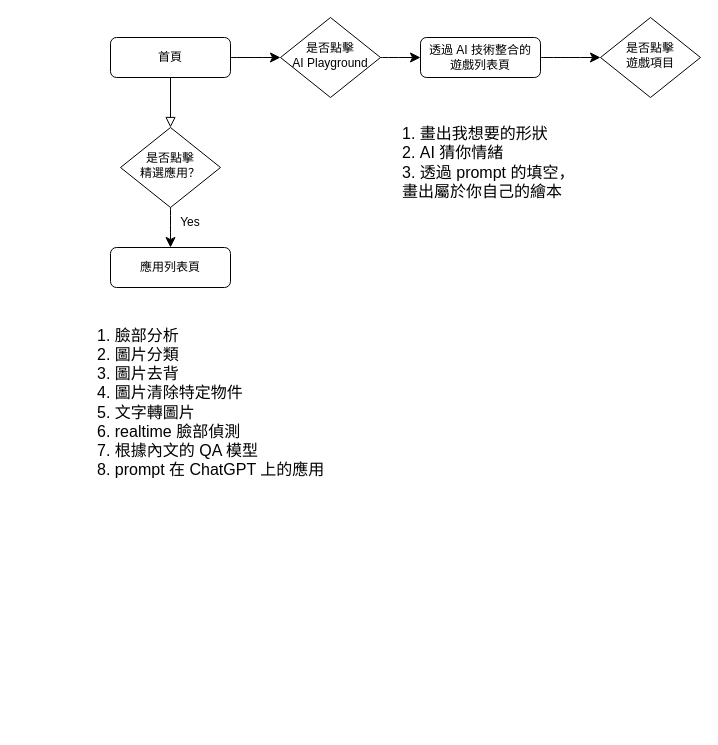
This is user-flow.drawio from EricTsai83/drawio, a draw.io file, before an edit. Source tidied: cells renumbered, new cells numbered last; positions are measured from the earlier drawing's top-left corner, leaving out a move shared by most shapes. Both pictures are drawn from the tidied source at 100%, with x=0, y=0 at pixel (95, 17).
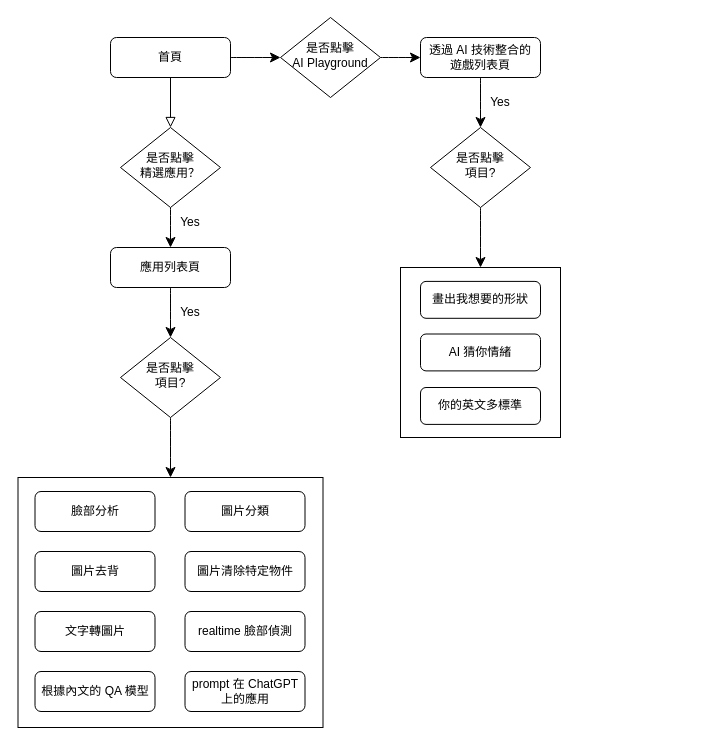
Above is the later version.

The change refers to these unchanged cells:
```xml
<mxCell id="7" value="應用列表頁" style="rounded=1;whiteSpace=wrap;html=1;fontSize=12;glass=0;strokeWidth=1;shadow=0;" parent="1" vertex="1">
  <mxGeometry x="15" y="230" width="120" height="40" as="geometry" />
</mxCell>
<mxCell id="12" value="透過 AI 技術整合的&lt;br&gt;遊戲列表頁" style="rounded=1;whiteSpace=wrap;html=1;fontSize=12;glass=0;strokeWidth=1;shadow=0;" parent="1" vertex="1">
  <mxGeometry x="325" y="20" width="120" height="40" as="geometry" />
</mxCell>
```

The edit, as a diff of the source:
```diff
@@
+    <mxCell id="16" style="edgeStyle=none;curved=1;rounded=0;jettySize=auto;html=1;fontSize=12;startSize=8;endSize=8;" parent="1" edge="1" source="7" target="19">
+      <mxGeometry relative="1" as="geometry" />
+    </mxCell>
@@
-    <mxCell id="11" style="edgeStyle=none;curved=1;rounded=0;jettySize=auto;html=1;fontSize=12;startSize=8;endSize=8;" parent="1" edge="1" source="12" target="13">
-      <mxGeometry relative="1" as="geometry" />
-    </mxCell>
+    <mxCell id="17" style="edgeStyle=none;curved=1;rounded=0;jettySize=auto;html=1;fontSize=12;startSize=8;endSize=8;" parent="1" edge="1" source="12" target="22">
+      <mxGeometry relative="1" as="geometry" />
+    </mxCell>
@@
-    <mxCell id="13" value="是否點擊&lt;br&gt;遊戲項目" style="rhombus;whiteSpace=wrap;html=1;shadow=0;fontFamily=Helvetica;fontSize=12;align=center;strokeWidth=1;spacing=6;spacingTop=-4;" parent="1" vertex="1">
-      <mxGeometry x="505" width="100" height="80" as="geometry" />
-    </mxCell>
-    <mxCell id="14" value="1. 臉部分析&lt;br&gt;2. 圖片分類&lt;br&gt;3. 圖片去背&lt;br&gt;4. 圖片清除特定物件&lt;br&gt;5. 文字轉圖片&lt;br&gt;6. realtime 臉部偵測&lt;br&gt;7. 根據內文的 QA 模型&lt;br&gt;8. prompt 在 ChatGPT 上的應用" style="text;strokeColor=none;fillColor=none;html=1;align=left;verticalAlign=middle;whiteSpace=wrap;rounded=0;fontSize=16;" parent="1" vertex="1">
-      <mxGeometry y="280" width="235" height="210" as="geometry" />
-    </mxCell>
-    <mxCell id="15" value="1. 畫出我想要的形狀&lt;br&gt;2. AI 猜你情緒&lt;br&gt;3. 透過 prompt 的填空，畫出屬於你自己的繪本" style="text;strokeColor=none;fillColor=none;html=1;align=left;verticalAlign=middle;whiteSpace=wrap;rounded=0;fontSize=16;" parent="1" vertex="1">
-      <mxGeometry x="305" y="70" width="190" height="150" as="geometry" />
-    </mxCell>
+    <mxCell id="18" style="edgeStyle=none;curved=1;rounded=0;jettySize=auto;html=1;fontSize=12;startSize=8;endSize=8;entryX=0.5;entryY=0;entryDx=0;entryDy=0;" parent="1" edge="1" source="19" target="25">
+      <mxGeometry relative="1" as="geometry" />
+    </mxCell>
+    <mxCell id="19" value="是否點擊&lt;br&gt;項目?" style="rhombus;whiteSpace=wrap;html=1;shadow=0;fontFamily=Helvetica;fontSize=12;align=center;strokeWidth=1;spacing=6;spacingTop=-4;" parent="1" vertex="1">
+      <mxGeometry x="25" y="320" width="100" height="80" as="geometry" />
+    </mxCell>
+    <mxCell id="20" value="Yes" style="text;html=1;strokeColor=none;fillColor=none;align=center;verticalAlign=middle;whiteSpace=wrap;rounded=0;" parent="1" vertex="1">
+      <mxGeometry x="65" y="280" width="60" height="30" as="geometry" />
+    </mxCell>
+    <mxCell id="21" style="edgeStyle=none;curved=1;rounded=0;jettySize=auto;html=1;fontSize=12;startSize=8;endSize=8;" parent="1" edge="1" source="22" target="35">
+      <mxGeometry relative="1" as="geometry" />
+    </mxCell>
+    <mxCell id="22" value="是否點擊&lt;br&gt;項目?" style="rhombus;whiteSpace=wrap;html=1;shadow=0;fontFamily=Helvetica;fontSize=12;align=center;strokeWidth=1;spacing=6;spacingTop=-4;" parent="1" vertex="1">
+      <mxGeometry x="335" y="110" width="100" height="80" as="geometry" />
+    </mxCell>
+    <mxCell id="23" value="Yes" style="text;html=1;strokeColor=none;fillColor=none;align=center;verticalAlign=middle;whiteSpace=wrap;rounded=0;" parent="1" vertex="1">
+      <mxGeometry x="375" y="70" width="60" height="30" as="geometry" />
+    </mxCell>
+    <mxCell id="24" style="group;" parent="1" vertex="1">
+      <mxGeometry x="-77.5" y="460" width="305" height="250" as="geometry" />
+    </mxCell>
+    <mxCell id="25" style="rounded=0;whiteSpace=wrap;html=1;fontSize=16;fillColor=none;" parent="24" vertex="1">
+      <mxGeometry width="305" height="250" as="geometry" />
+    </mxCell>
+    <mxCell id="26" value="臉部分析" style="rounded=1;whiteSpace=wrap;html=1;fontSize=12;glass=0;strokeWidth=1;shadow=0;" parent="24" vertex="1">
+      <mxGeometry x="17" y="14" width="120" height="40" as="geometry" />
+    </mxCell>
+    <mxCell id="27" value="圖片分類" style="rounded=1;whiteSpace=wrap;html=1;fontSize=12;glass=0;strokeWidth=1;shadow=0;" parent="24" vertex="1">
+      <mxGeometry x="167" y="14" width="120" height="40" as="geometry" />
+    </mxCell>
+    <mxCell id="28" value="圖片去背" style="rounded=1;whiteSpace=wrap;html=1;fontSize=12;glass=0;strokeWidth=1;shadow=0;" parent="24" vertex="1">
+      <mxGeometry x="17" y="74" width="120" height="40" as="geometry" />
+    </mxCell>
+    <mxCell id="29" value="圖片清除特定物件" style="rounded=1;whiteSpace=wrap;html=1;fontSize=12;glass=0;strokeWidth=1;shadow=0;" parent="24" vertex="1">
+      <mxGeometry x="167" y="74" width="120" height="40" as="geometry" />
+    </mxCell>
+    <mxCell id="30" value="文字轉圖片" style="rounded=1;whiteSpace=wrap;html=1;fontSize=12;glass=0;strokeWidth=1;shadow=0;" parent="24" vertex="1">
+      <mxGeometry x="17" y="134" width="120" height="40" as="geometry" />
+    </mxCell>
+    <mxCell id="31" value="realtime 臉部偵測" style="rounded=1;whiteSpace=wrap;html=1;fontSize=12;glass=0;strokeWidth=1;shadow=0;" parent="24" vertex="1">
+      <mxGeometry x="167" y="134" width="120" height="40" as="geometry" />
+    </mxCell>
+    <mxCell id="32" value="根據內文的 QA 模型" style="rounded=1;whiteSpace=wrap;html=1;fontSize=12;glass=0;strokeWidth=1;shadow=0;" parent="24" vertex="1">
+      <mxGeometry x="17" y="194" width="120" height="40" as="geometry" />
+    </mxCell>
+    <mxCell id="33" value="prompt 在 ChatGPT 上的應用" style="rounded=1;whiteSpace=wrap;html=1;fontSize=12;glass=0;strokeWidth=1;shadow=0;" parent="24" vertex="1">
+      <mxGeometry x="167" y="194" width="120" height="40" as="geometry" />
+    </mxCell>
+    <mxCell id="34" style="group;" parent="1" vertex="1">
+      <mxGeometry x="305" y="250" width="160" height="170" as="geometry" />
+    </mxCell>
+    <mxCell id="35" style="rounded=0;whiteSpace=wrap;html=1;fontSize=16;fillColor=none;" parent="34" vertex="1">
+      <mxGeometry width="160" height="170" as="geometry" />
+    </mxCell>
+    <mxCell id="36" value="畫出我想要的形狀" style="rounded=1;whiteSpace=wrap;html=1;fontSize=12;glass=0;strokeWidth=1;shadow=0;" parent="34" vertex="1">
+      <mxGeometry x="20" y="13.9" width="120" height="36.9" as="geometry" />
+    </mxCell>
+    <mxCell id="37" value="AI 猜你情緒" style="rounded=1;whiteSpace=wrap;html=1;fontSize=12;glass=0;strokeWidth=1;shadow=0;" parent="34" vertex="1">
+      <mxGeometry x="20" y="66.5" width="120" height="36.9" as="geometry" />
+    </mxCell>
+    <mxCell id="38" value="你的英文多標準" style="rounded=1;whiteSpace=wrap;html=1;fontSize=12;glass=0;strokeWidth=1;shadow=0;" parent="34" vertex="1">
+      <mxGeometry x="20" y="120" width="120" height="36.9" as="geometry" />
+    </mxCell>
```
